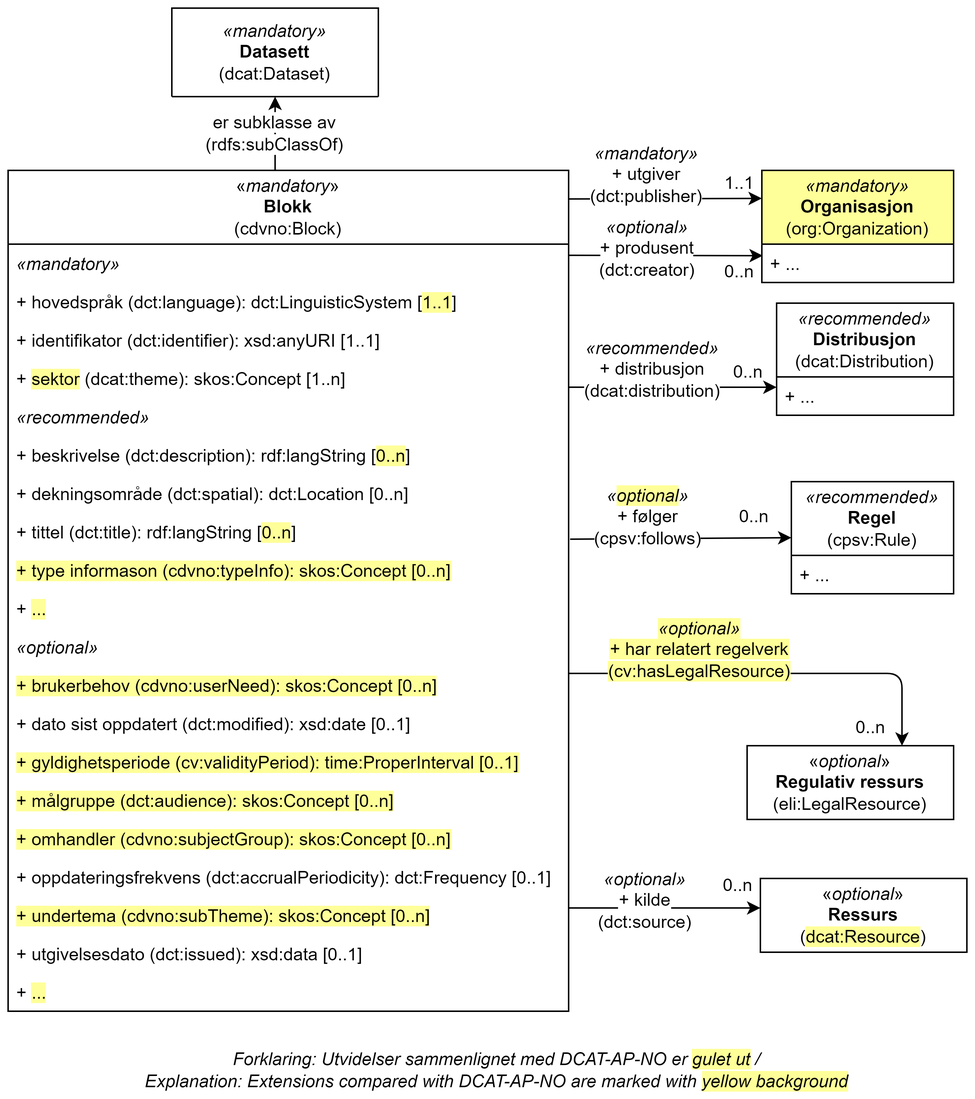
Informasjonsforvaltning/cdvno keeps this draw.io diagram as docs/images/cdvno-block.png. Above is the earlier version. Source tidied: cells renumbered, new cells last; positions are measured from the earlier drawing's top-left corner, leaving out a move shared by most shapes.
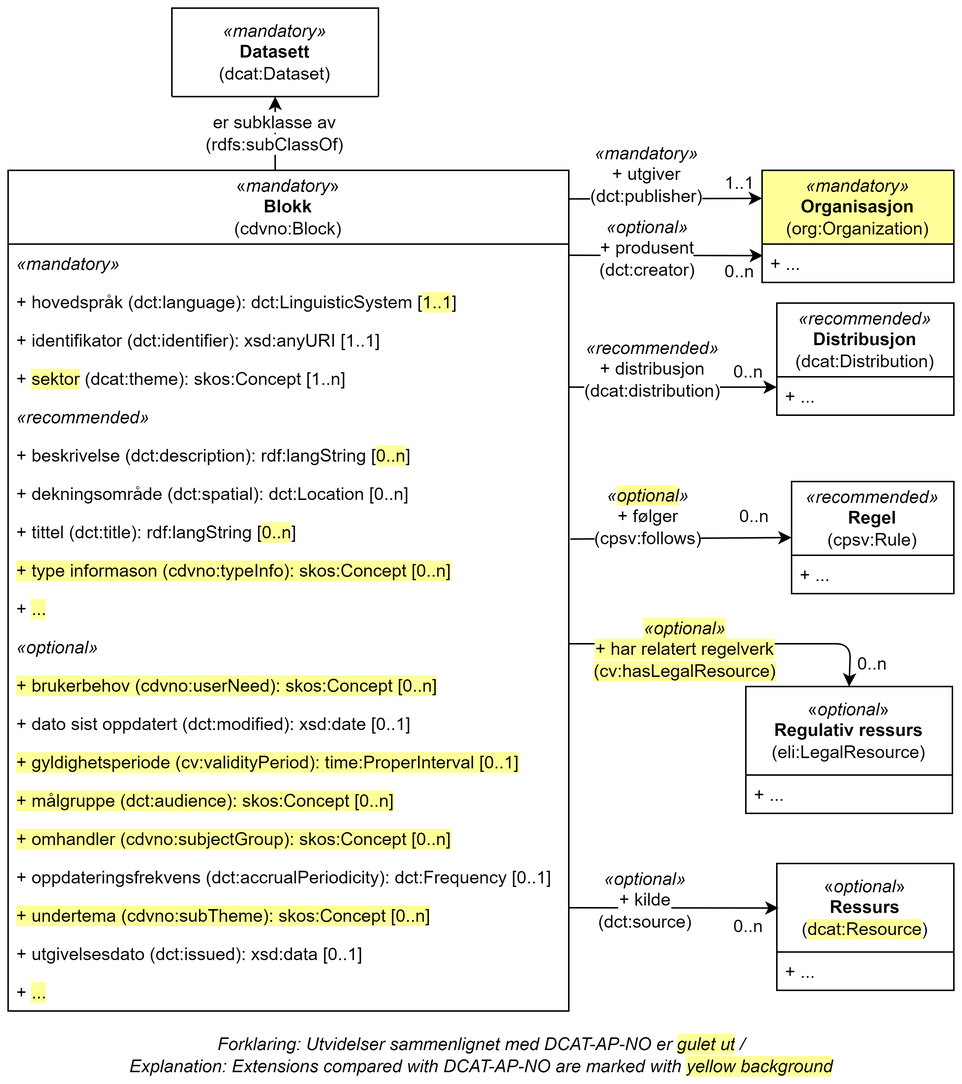
After the change.

Change to the diagram source:
```diff
@@ -134,40 +134,45 @@
     <mxCell id="43" value="0..n" style="text;html=1;strokeColor=none;fillColor=none;align=center;verticalAlign=middle;whiteSpace=wrap;rounded=0;" parent="1" vertex="1">
       <mxGeometry x="491" y="330" width="30" height="30" as="geometry" />
     </mxCell>
-    <mxCell id="44" value="«&lt;i&gt;optional&lt;/i&gt;»&lt;br&gt;&lt;b&gt;Regulativ ressurs&lt;/b&gt;&lt;br&gt;(eli:LegalResource)" style="rounded=0;whiteSpace=wrap;html=1;fillColor=default;strokeColor=#000000;" parent="1" vertex="1">
-      <mxGeometry x="501" y="500" width="140" height="50" as="geometry" />
-    </mxCell>
-    <mxCell id="45" style="endArrow=classic;html=1;rounded=1;exitX=1;exitY=0.5;exitDx=0;exitDy=0;entryX=0.75;entryY=0;entryDx=0;entryDy=0;" parent="1" edge="1" target="44">
+    <mxCell id="45" style="endArrow=classic;html=1;rounded=1;exitX=1;exitY=0.5;exitDx=0;exitDy=0;entryX=0.5;entryY=0;entryDx=0;entryDy=0;" parent="1" edge="1" target="44">
       <mxGeometry relative="1" as="geometry">
-        <mxPoint x="380" y="451" as="sourcePoint" />
+        <mxPoint x="380" y="431" as="sourcePoint" />
         <Array as="points">
-          <mxPoint x="606" y="451" />
+          <mxPoint x="571" y="431" />
         </Array>
       </mxGeometry>
     </mxCell>
     <mxCell id="46" value="&lt;span style=&quot;background-color: rgb(255, 255, 153);&quot;&gt;&lt;i style=&quot;border-color: var(--border-color);&quot;&gt;«optional»&lt;br&gt;&lt;/i&gt;+ har relatert regelverk&lt;br&gt;(cv:hasLegalResource)&lt;/span&gt;" style="text;html=1;strokeColor=none;fillColor=none;align=center;verticalAlign=middle;whiteSpace=wrap;rounded=0;" parent="1" vertex="1">
-      <mxGeometry x="437" y="420" width="64" height="30" as="geometry" />
+      <mxGeometry x="427" y="420" width="64" height="30" as="geometry" />
     </mxCell>
     <mxCell id="47" value="0..n" style="text;html=1;strokeColor=none;fillColor=none;align=center;verticalAlign=middle;whiteSpace=wrap;rounded=0;" parent="1" vertex="1">
-      <mxGeometry x="570" y="473" width="30" height="30" as="geometry" />
+      <mxGeometry x="571" y="430" width="30" height="30" as="geometry" />
     </mxCell>
-    <mxCell id="48" style="endArrow=classic;html=1;rounded=1;" parent="1" edge="1">
+    <mxCell id="48" style="endArrow=classic;html=1;rounded=1;entryX=0.01;entryY=0.351;entryDx=0;entryDy=0;entryPerimeter=0;" parent="1" edge="1" target="51">
       <mxGeometry relative="1" as="geometry">
         <mxPoint x="380" y="610" as="sourcePoint" />
-        <mxPoint x="510" y="610" as="targetPoint" />
       </mxGeometry>
     </mxCell>
     <mxCell id="49" value="&lt;i style=&quot;border-color: var(--border-color);&quot;&gt;«&lt;span style=&quot;background-color: rgb(255, 255, 255);&quot;&gt;optional&lt;/span&gt;»&lt;br&gt;&lt;/i&gt;&lt;span style=&quot;background-color: rgb(255, 255, 255);&quot;&gt;+ kilde&lt;br&gt;(dct:source)&lt;/span&gt;" style="text;html=1;strokeColor=none;fillColor=none;align=center;verticalAlign=middle;whiteSpace=wrap;rounded=0;" parent="1" vertex="1">
       <mxGeometry x="400" y="590" width="64" height="30" as="geometry" />
     </mxCell>
     <mxCell id="50" value="0..n" style="text;html=1;strokeColor=none;fillColor=none;align=center;verticalAlign=middle;whiteSpace=wrap;rounded=0;" parent="1" vertex="1">
-      <mxGeometry x="480" y="580" width="30" height="30" as="geometry" />
+      <mxGeometry x="487" y="608" width="30" height="30" as="geometry" />
     </mxCell>
+    <mxCell id="52" value="Forklaring: Utvidelser sammenlignet med DCAT-AP-NO er&amp;nbsp;&lt;span style=&quot;background-color: rgb(255, 255, 153);&quot;&gt;gulet ut&lt;/span&gt;&lt;span style=&quot;background-color: rgb(255 , 255 , 255)&quot;&gt;&amp;nbsp;/ &lt;br&gt;Explanation: Extensions compared with DCAT-AP-NO&amp;nbsp;are marked with&amp;nbsp;&lt;/span&gt;&lt;span style=&quot;background-color: rgb(255, 255, 153);&quot;&gt;yellow background&lt;/span&gt;" style="text;html=1;strokeColor=none;fillColor=none;align=center;verticalAlign=middle;whiteSpace=wrap;rounded=0;fontStyle=2;" parent="1" vertex="1">
+      <mxGeometry x="1" y="700" width="640" height="20" as="geometry" />
+    </mxCell>
+    <mxCell id="44" value="«&lt;i style=&quot;border-color: var(--border-color);&quot;&gt;optional&lt;/i&gt;»&lt;br style=&quot;border-color: var(--border-color);&quot;&gt;&lt;b style=&quot;border-color: var(--border-color);&quot;&gt;Regulativ ressurs&lt;/b&gt;&lt;br style=&quot;border-color: var(--border-color);&quot;&gt;(eli:LegalResource)" style="swimlane;fontStyle=0;horizontal=1;startSize=60;fillColor=none;whiteSpace=wrap;html=1;" parent="1" vertex="1">
+      <mxGeometry x="500" y="460" width="140" height="86" as="geometry" />
+    </mxCell>
+    <mxCell id="53" value="+ ..." style="text;strokeColor=none;fillColor=none;align=left;verticalAlign=top;spacingLeft=4;spacingRight=4;overflow=hidden;whiteSpace=wrap;html=1;" parent="44" vertex="1">
+      <mxGeometry y="60" width="140" height="26" as="geometry" />
+    </mxCell>
-    <mxCell id="51" value="«&lt;i&gt;optional&lt;/i&gt;»&lt;br&gt;&lt;b&gt;Ressurs&lt;/b&gt;&lt;br&gt;(&lt;span style=&quot;background-color: rgb(255, 255, 153);&quot;&gt;dcat:Resource&lt;/span&gt;)" style="rounded=0;whiteSpace=wrap;html=1;fillColor=default;strokeColor=#000000;" parent="1" vertex="1">
-      <mxGeometry x="510" y="590" width="140" height="50" as="geometry" />
+    <mxCell id="51" value="«&lt;i style=&quot;border-color: var(--border-color);&quot;&gt;optional&lt;/i&gt;»&lt;br style=&quot;border-color: var(--border-color);&quot;&gt;&lt;b style=&quot;border-color: var(--border-color);&quot;&gt;Ressurs&lt;/b&gt;&lt;br style=&quot;border-color: var(--border-color);&quot;&gt;(&lt;span style=&quot;background-color: rgb(255, 255, 153);&quot;&gt;dcat:Resource&lt;/span&gt;)" style="swimlane;fontStyle=0;horizontal=1;startSize=60;fillColor=none;whiteSpace=wrap;html=1;" parent="1" vertex="1">
+      <mxGeometry x="521" y="580" width="120" height="86" as="geometry" />
     </mxCell>
-    <mxCell id="52" value="Forklaring: Utvidelser sammenlignet med DCAT-AP-NO er&amp;nbsp;&lt;span style=&quot;background-color: rgb(255, 255, 153);&quot;&gt;gulet ut&lt;/span&gt;&lt;span style=&quot;background-color: rgb(255 , 255 , 255)&quot;&gt;&amp;nbsp;/ &lt;br&gt;Explanation: Extensions compared with DCAT-AP-NO&amp;nbsp;are marked with&amp;nbsp;&lt;/span&gt;&lt;span style=&quot;background-color: rgb(255, 255, 153);&quot;&gt;yellow background&lt;/span&gt;" style="text;html=1;strokeColor=none;fillColor=none;align=center;verticalAlign=middle;whiteSpace=wrap;rounded=0;fontStyle=2;" parent="1" vertex="1">
-      <mxGeometry x="81" y="710" width="501" height="20" as="geometry" />
-    </mxCell>
+    <mxCell id="54" value="+ ..." style="text;strokeColor=none;fillColor=none;align=left;verticalAlign=top;spacingLeft=4;spacingRight=4;overflow=hidden;whiteSpace=wrap;html=1;" parent="51" vertex="1">
+      <mxGeometry y="60" width="120" height="26" as="geometry" />
+    </mxCell>
   </root>
 </mxGraphModel>
```
